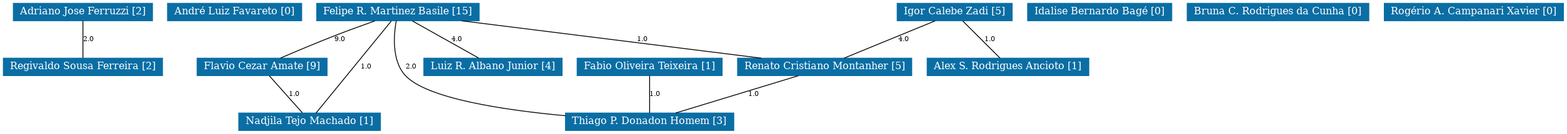
Earlier version of the Graphviz export grafoDeColaboracoesComPesos.png (Data-Science-Research/colaboracaoacademicaGITES). Its source is kept beside it as grafoDeColaboracoesComPesos.dot.
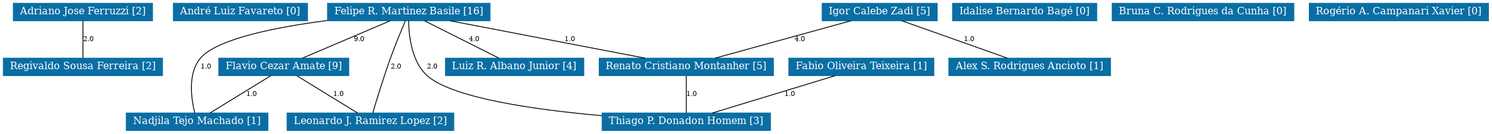
Above is the later version.

What changed in the source:
```diff
@@ -1,5 +1,5 @@
 strict graph grafo2 {
-	graph [bb="0,0,1872,153",
+	graph [bb="0,0,1782,153",
 		id=grafo2,
 		overlap=False
 	];
@@ -31,130 +31,145 @@
 		fontcolor="#FFFFFF",
 		height=0.29167,
 		label="André Luiz Favareto [0]",
-		pos="277.5,142.5",
+		pos="284.5,142.5",
 		width=2.2361];
 	2	[URL="membro-9543740522912391.html",
 		color="#0A6EA4",
 		fontcolor="#FFFFFF",
 		height=0.29167,
 		label="Fabio Oliveira Teixeira [1]",
-		pos="775.5,76.5",
+		pos="1029.5,76.5",
 		width=2.4167];
 	13	[URL="membro-6109272293288485.html",
 		color="#0A6EA4",
 		fontcolor="#FFFFFF",
 		height=0.29167,
 		label="Thiago P. Donadon Homem [3]",
-		pos="775.5,10.5",
+		pos="819.5,10.5",
 		width=2.8056];
 	2 -- 13	[fontsize=8,
 		label=1.0,
-		lp="782,43.5",
-		pos="775.5,65.78 775.5,53.751 775.5,33.383 775.5,21.312"];
+		lp="944,43.5",
+		pos="998.06,65.919 958.36,53.818 890.45,33.124 850.81,21.042"];
 	3	[URL="membro-6413817150886826.html",
 		color="#0A6EA4",
 		fontcolor="#FFFFFF",
 		height=0.29167,
-		label="Felipe R. Martinez Basile [15]",
-		pos="473.5,142.5",
+		label="Felipe R. Martinez Basile [16]",
+		pos="486.5,142.5",
 		width=2.7083];
 	3 -- 13	[fontsize=8,
 		label=2.0,
-		lp="489,76.5",
-		pos="471.43,131.93 468.6,116 465.62,84.015 482.5,66 508.37,38.388 600.31,24.538 674.38,17.737"];
+		lp="515,76.5",
+		pos="486.28,131.97 486.48,115.81 489.38,83.124 508.5,66 538.97,38.71 639.62,24.716 718.26,17.79"];
 	4	[URL="membro-8976791755900010.html",
 		color="#0A6EA4",
 		fontcolor="#FFFFFF",
 		height=0.29167,
 		label="Flavio Cezar Amate [9]",
-		pos="310.5,76.5",
+		pos="336.5,76.5",
 		width=2.1667];
 	3 -- 4	[fontsize=8,
 		label=9.0,
-		lp="404,109.5",
-		pos="445.94,131.9 431.45,126.76 413.45,120.23 397.5,114 375.22,105.3 350.06,94.654 332.55,87.109"];
+		lp="427,109.5",
+		pos="464.04,131.92 435.77,119.85 387.46,99.243 359.11,87.147"];
 	7	[URL="membro-8754322948547165.html",
 		color="#0A6EA4",
 		fontcolor="#FFFFFF",
 		height=0.29167,
 		label="Luiz R. Albano Junior [4]",
-		pos="587.5,76.5",
+		pos="613.5,76.5",
 		width=2.3056];
 	3 -- 7	[fontsize=8,
 		label=4.0,
-		lp="544,109.5",
-		pos="490.81,131.78 512.37,119.68 548.94,99.146 570.4,87.102"];
+		lp="565,109.5",
+		pos="505.51,131.92 529.46,119.85 570.35,99.243 594.36,87.147"];
 	9	[URL="membro-0270118728577579.html",
 		color="#0A6EA4",
 		fontcolor="#FFFFFF",
 		height=0.29167,
 		label="Renato Cristiano Montanher [5]",
-		pos="985.5,76.5",
+		pos="819.5,76.5",
 		width=2.9028];
 	3 -- 9	[fontsize=8,
 		label=1.0,
-		lp="767,109.5",
-		pos="549.6,131.99 646.4,119.89 812.6,99.113 909.4,87.012"];
+		lp="680,109.5",
+		pos="535.99,131.99 598.95,119.89 707.05,99.113 770.01,87.012"];
 	14	[URL="membro-0112108049902805.html",
 		color="#0A6EA4",
 		fontcolor="#FFFFFF",
 		height=0.29167,
 		label="Nadjila Tejo Machado [1]",
-		pos="367.5,10.5",
+		pos="232.5,10.5",
 		width=2.3611];
 	3 -- 14	[fontsize=8,
 		label=1.0,
-		lp="435,76.5",
-		pos="465.53,131.73 445.79,107.52 394.8,44.986 375.27,21.031"];
+		lp="243,76.5",
+		pos="388.77,132.32 327.45,124.37 256.35,110.35 236.5,87 220.69,68.398 225.74,36.971 229.69,21.175"];
+	15	[URL="membro-4323140190774391.html",
+		color="#0A6EA4",
+		fontcolor="#FFFFFF",
+		height=0.29167,
+		label="Leonardo J. Ramirez Lopez [2]",
+		pos="440.5,10.5",
+		width=2.7778];
+	3 -- 15	[fontsize=8,
+		label=2.0,
+		lp="471,76.5",
+		pos="482.38,131.94 477.79,121.12 470.24,102.94 464.5,87 456.11,63.708 447.65,35.844 443.37,21.353"];
 	4 -- 14	[fontsize=8,
 		label=1.0,
-		lp="349,43.5",
-		pos="319.16,65.78 329.87,53.751 348.01,33.383 358.76,21.312"];
+		lp="298,43.5",
+		pos="320.7,65.78 301.04,53.681 267.67,33.146 248.1,21.102"];
+	4 -- 15	[fontsize=8,
+		label=1.0,
+		lp="402,43.5",
+		pos="352.3,65.78 371.96,53.681 405.33,33.146 424.9,21.102"];
 	9 -- 13	[fontsize=8,
 		label=1.0,
-		lp="900,43.5",
-		pos="954.06,65.919 914.36,53.818 846.45,33.124 806.81,21.042"];
+		lp="826,43.5",
+		pos="819.5,65.78 819.5,53.751 819.5,33.383 819.5,21.312"];
 	5	[URL="membro-0255523082900191.html",
 		color="#0A6EA4",
 		fontcolor="#FFFFFF",
 		height=0.29167,
 		label="Idalise Bernardo Bagé [0]",
-		pos="1315.5,142.5",
+		pos="1225.5,142.5",
 		width=2.4028];
 	6	[URL="membro-0150761926799891.html",
 		color="#0A6EA4",
 		fontcolor="#FFFFFF",
 		height=0.29167,
 		label="Igor Calebe Zadi [5]",
-		pos="1141.5,142.5",
+		pos="1051.5,142.5",
 		width=1.9167];
 	6 -- 9	[fontsize=8,
 		label=4.0,
-		lp="1080,109.5",
-		pos="1118.1,131.92 1088.7,119.82 1038.2,99.124 1008.8,87.042"];
+		lp="956,109.5",
+		pos="1017,131.99 973.22,119.9 898.06,99.172 854.17,87.065"];
 	10	[URL="membro-7290375482443455.html",
 		color="#0A6EA4",
 		fontcolor="#FFFFFF",
 		height=0.29167,
 		label="Alex S. Rodrigues Ancioto [1]",
-		pos="1205.5,76.5",
+		pos="1231.5,76.5",
 		width=2.6944];
 	6 -- 10	[fontsize=8,
 		label=1.0,
-		lp="1184,109.5",
-		pos="1151.2,131.78 1163.2,119.75 1183.6,99.383 1195.7,87.312"];
+		lp="1159,109.5",
+		pos="1078.4,131.92 1112.5,119.82 1170.7,99.124 1204.7,87.042"];
 	11	[URL="membro-5631261956953546.html",
 		color="#0A6EA4",
 		fontcolor="#FFFFFF",
 		height=0.29167,
 		label="Bruna C. Rodrigues da Cunha [0]",
-		pos="1529.5,142.5",
+		pos="1439.5,142.5",
 		width=3.0278];
 	12	[URL="membro-5904768897181890.html",
 		color="#0A6EA4",
 		fontcolor="#FFFFFF",
 		height=0.29167,
 		label="Rogério A. Campanari Xavier [0]",
-		pos="1764.5,142.5",
+		pos="1674.5,142.5",
 		width=2.9861];
 }
```
